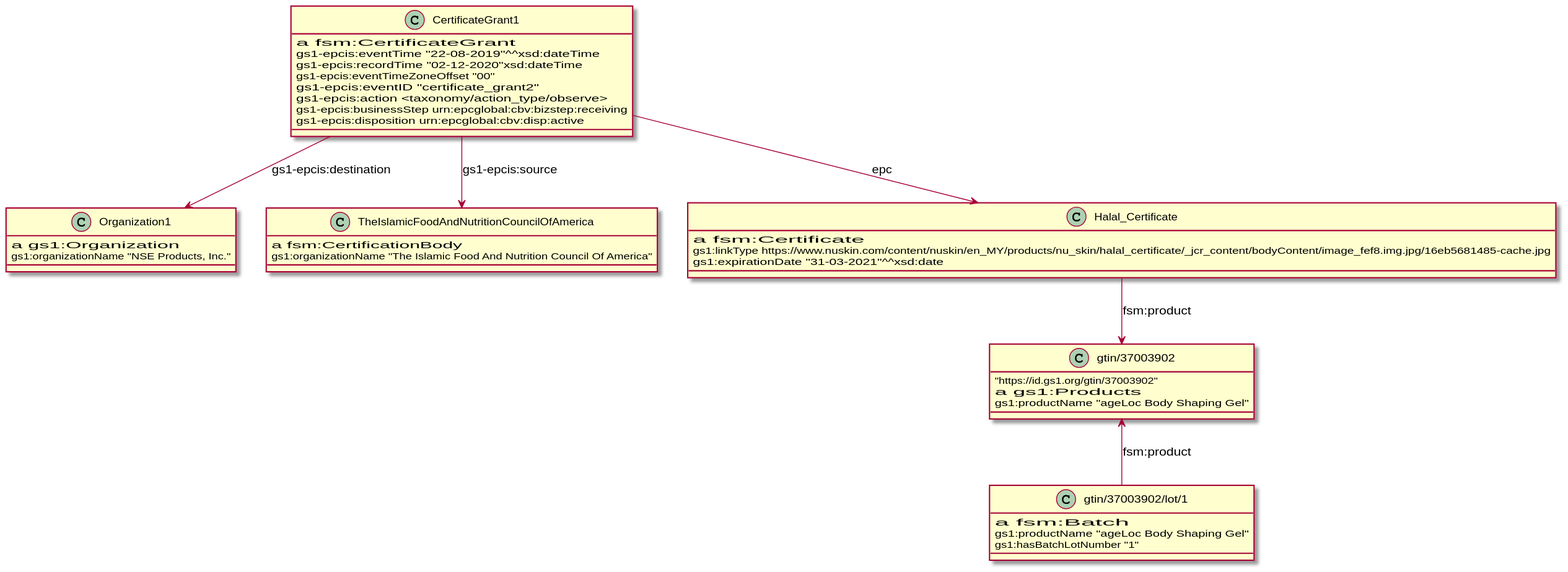
Before: certificate-product-example.svg, a diagram exported from PlantUML (OriginTrail/epcis-erm).
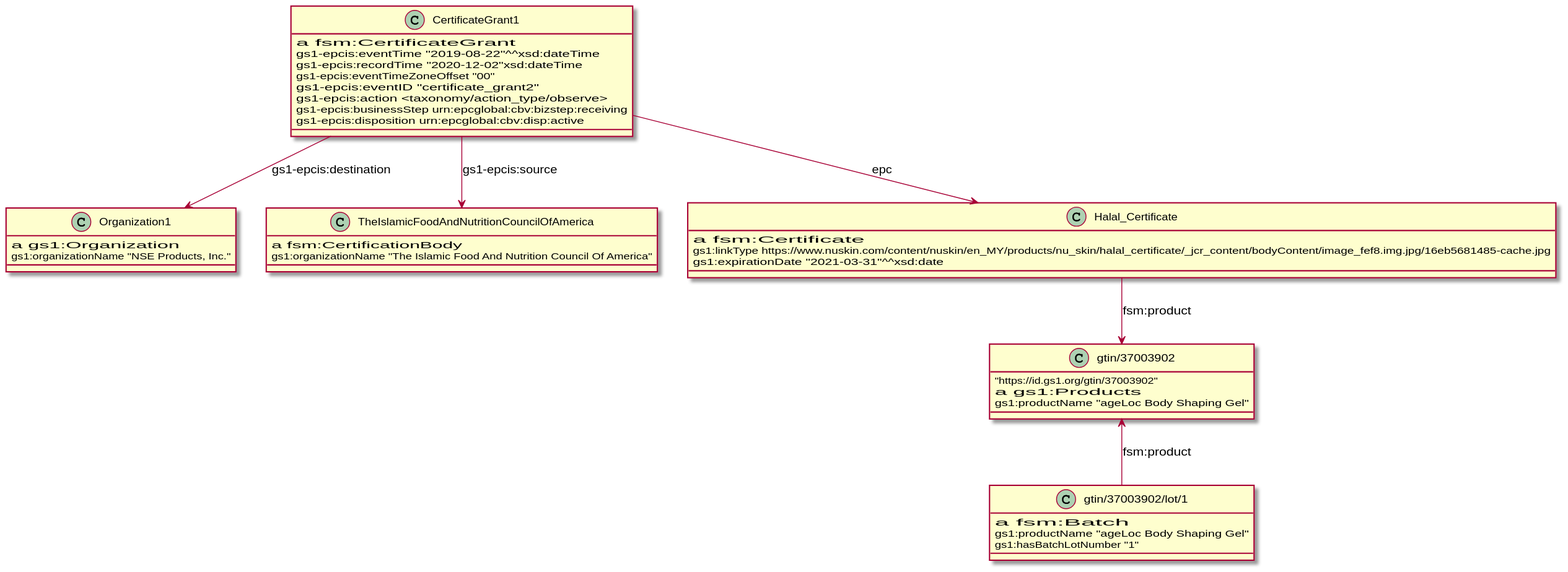
Later version of the same file.

Change to the diagram source:
```diff
@@ -1,8 +1,8 @@
 @startuml
 class CertificateGrant1 {
     a                                 fsm:CertificateGrant
-    gs1-epcis:eventTime               "22-08-2019"^^xsd:dateTime
-    gs1-epcis:recordTime              "02-12-2020"xsd:dateTime
+    gs1-epcis:eventTime               "2019-08-22"^^xsd:dateTime
+    gs1-epcis:recordTime              "2020-12-02"xsd:dateTime
     gs1-epcis:eventTimeZoneOffset     "00"
     gs1-epcis:eventID                 "certificate_grant2"
     gs1-epcis:action                  <taxonomy/action_type/observe>
@@ -24,7 +24,7 @@
 class Halal_Certificate {
     a                           fsm:Certificate
     gs1:linkType                https://www.nuskin.com/content/nuskin/en_MY/products/nu_skin/halal_certificate/_jcr_content/bodyContent/image_fef8.img.jpg/16eb5681485-cache.jpg
-    gs1:expirationDate          "31-03-2021"^^xsd:date
+    gs1:expirationDate          "2021-03-31"^^xsd:date
 }
 
 class gtin/37003902 {
```
